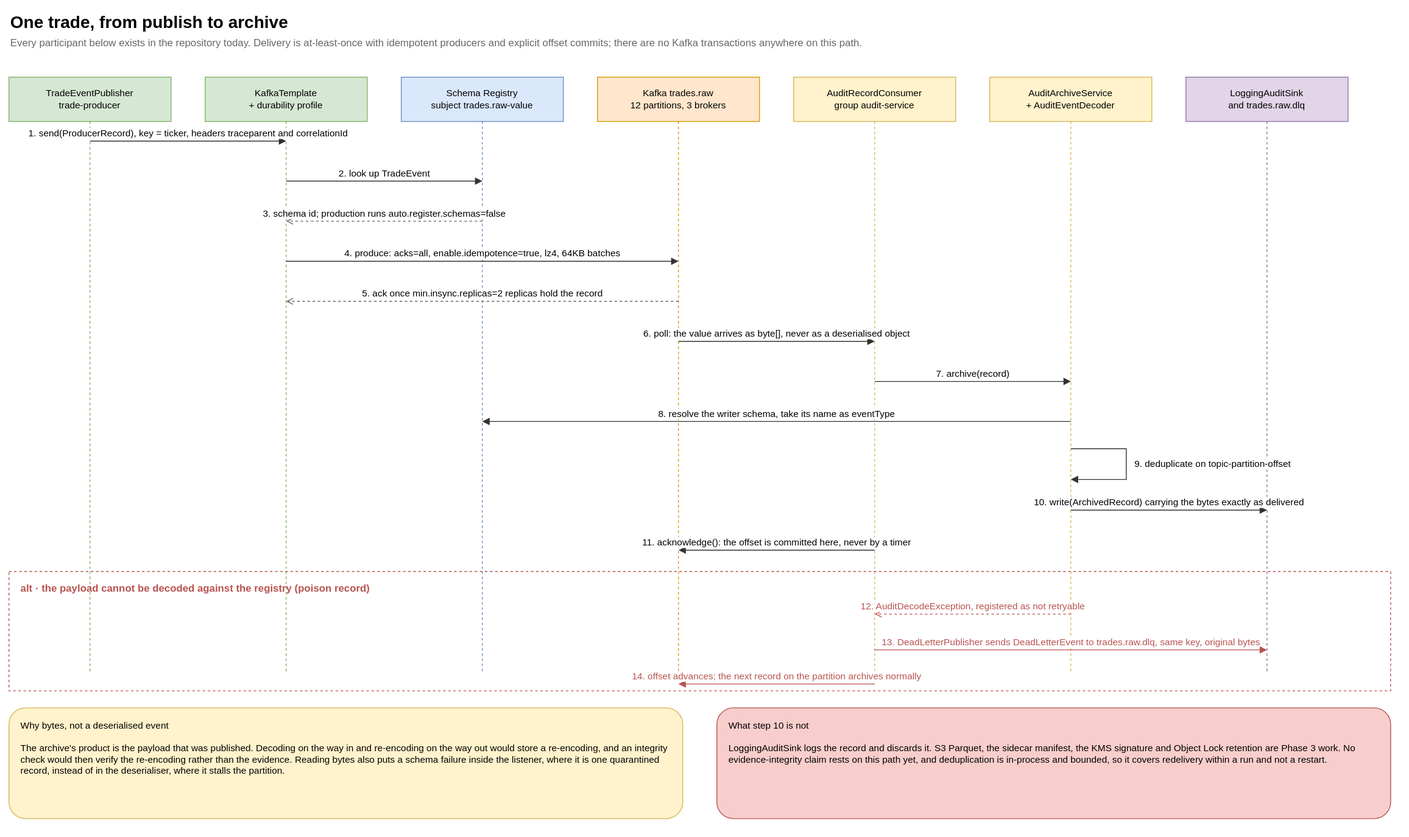
salgotraja/financial-event-streaming-platform keeps this draw.io diagram as guide/docs/diagrams/trade-to-archive.svg. Above is the earlier version. Source tidied: cells renumbered, new cells last; positions are measured from the earlier drawing's top-left corner, leaving out a move shared by most shapes.
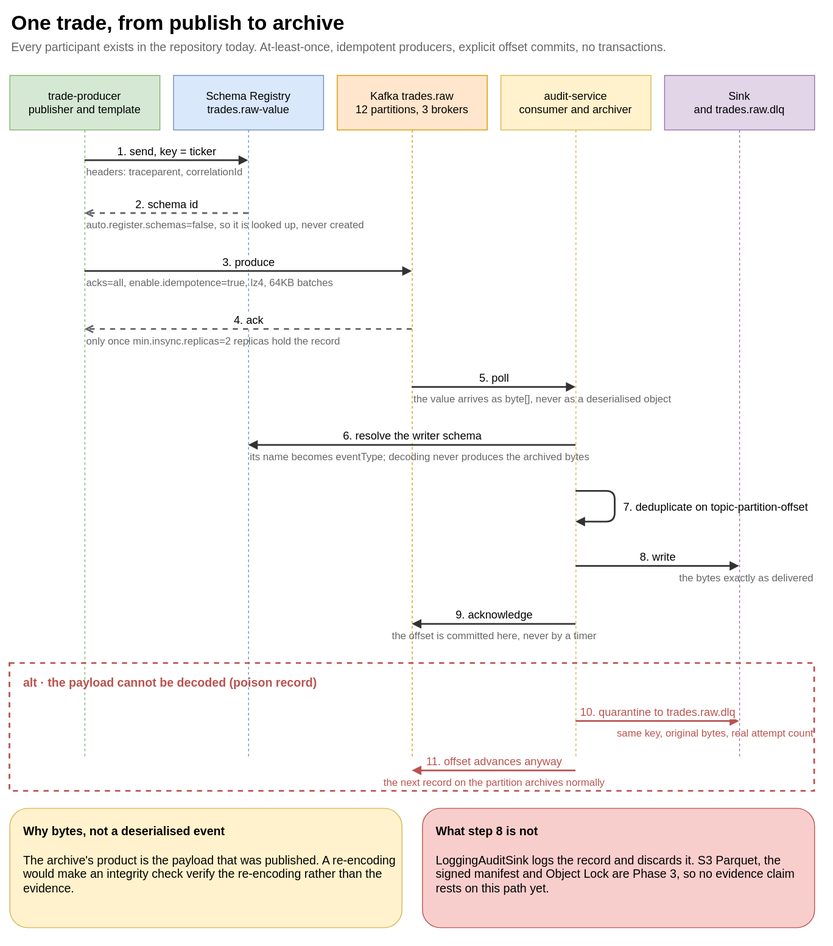
After the commit.

Change to the diagram source:
```diff
@@ -2,129 +2,135 @@
   <root>
     <mxCell id="0" />
     <mxCell id="1" parent="0" />
-    <mxCell id="2" value="One trade, from publish to archive" style="text;html=1;strokeColor=none;fillColor=none;align=left;verticalAlign=middle;fontSize=20;fontStyle=1;" parent="1" vertex="1">
-      <mxGeometry width="900" height="30" as="geometry" />
+    <mxCell id="2" value="One trade, from publish to archive" style="text;html=1;strokeColor=none;fillColor=none;align=left;verticalAlign=middle;fontSize=24;fontStyle=1;" parent="1" vertex="1">
+      <mxGeometry x="-10" y="2" width="900" height="34" as="geometry" />
     </mxCell>
-    <mxCell id="3" value="Every participant below exists in the repository today. Delivery is at-least-once with idempotent producers and explicit offset commits; there are no Kafka transactions anywhere on this path." style="text;html=1;strokeColor=none;fillColor=none;align=left;verticalAlign=middle;fontSize=12;fontColor=#666666;" parent="1" vertex="1">
-      <mxGeometry y="30" width="1400" height="20" as="geometry" />
+    <mxCell id="3" value="Every participant exists in the repository today. At-least-once, idempotent producers, explicit offset commits, no transactions." style="text;html=1;strokeColor=none;fillColor=none;align=left;verticalAlign=middle;fontSize=14;fontColor=#666666;" parent="1" vertex="1">
+      <mxGeometry x="-10" y="36" width="920" height="22" as="geometry" />
     </mxCell>
-    <mxCell id="4" value="TradeEventPublisher&#10;trade-producer" style="shape=umlLifeline;perimeter=lifelinePerimeter;whiteSpace=wrap;html=1;fillColor=#d5e8d4;strokeColor=#82b366;fontSize=11;size=52;" parent="1" vertex="1">
-      <mxGeometry y="80" width="190" height="700" as="geometry" />
+    <mxCell id="4" value="trade-producer&lt;br&gt;publisher and template" style="shape=umlLifeline;perimeter=lifelinePerimeter;whiteSpace=wrap;html=1;fillColor=#d5e8d4;strokeColor=#82b366;fontSize=13;size=64;" parent="1" vertex="1">
+      <mxGeometry x="-10" y="80" width="176" height="800" as="geometry" />
     </mxCell>
-    <mxCell id="5" value="KafkaTemplate&#10;+ durability profile" style="shape=umlLifeline;perimeter=lifelinePerimeter;whiteSpace=wrap;html=1;fillColor=#d5e8d4;strokeColor=#82b366;fontSize=11;size=52;" parent="1" vertex="1">
-      <mxGeometry x="230" y="80" width="190" height="700" as="geometry" />
+    <mxCell id="5" value="Schema Registry&lt;br&gt;trades.raw-value" style="shape=umlLifeline;perimeter=lifelinePerimeter;whiteSpace=wrap;html=1;fillColor=#dae8fc;strokeColor=#6c8ebf;fontSize=13;size=64;" parent="1" vertex="1">
+      <mxGeometry x="182" y="80" width="176" height="800" as="geometry" />
     </mxCell>
-    <mxCell id="6" value="Schema Registry&#10;subject trades.raw-value" style="shape=umlLifeline;perimeter=lifelinePerimeter;whiteSpace=wrap;html=1;fillColor=#dae8fc;strokeColor=#6c8ebf;fontSize=11;size=52;" parent="1" vertex="1">
-      <mxGeometry x="460" y="80" width="190" height="700" as="geometry" />
+    <mxCell id="6" value="Kafka trades.raw&lt;br&gt;12 partitions, 3 brokers" style="shape=umlLifeline;perimeter=lifelinePerimeter;whiteSpace=wrap;html=1;fillColor=#ffe6cc;strokeColor=#d79b00;fontSize=13;size=64;" parent="1" vertex="1">
+      <mxGeometry x="374" y="80" width="176" height="800" as="geometry" />
     </mxCell>
-    <mxCell id="7" value="Kafka trades.raw&#10;12 partitions, 3 brokers" style="shape=umlLifeline;perimeter=lifelinePerimeter;whiteSpace=wrap;html=1;fillColor=#ffe6cc;strokeColor=#d79b00;fontSize=11;size=52;" parent="1" vertex="1">
-      <mxGeometry x="690" y="80" width="190" height="700" as="geometry" />
+    <mxCell id="7" value="audit-service&lt;br&gt;consumer and archiver" style="shape=umlLifeline;perimeter=lifelinePerimeter;whiteSpace=wrap;html=1;fillColor=#fff2cc;strokeColor=#d6b656;fontSize=13;size=64;" parent="1" vertex="1">
+      <mxGeometry x="566" y="80" width="176" height="800" as="geometry" />
     </mxCell>
-    <mxCell id="8" value="AuditRecordConsumer&#10;group audit-service" style="shape=umlLifeline;perimeter=lifelinePerimeter;whiteSpace=wrap;html=1;fillColor=#fff2cc;strokeColor=#d6b656;fontSize=11;size=52;" parent="1" vertex="1">
-      <mxGeometry x="920" y="80" width="190" height="700" as="geometry" />
+    <mxCell id="8" value="Sink&lt;br&gt;and trades.raw.dlq" style="shape=umlLifeline;perimeter=lifelinePerimeter;whiteSpace=wrap;html=1;fillColor=#e1d5e7;strokeColor=#9673a6;fontSize=13;size=64;" parent="1" vertex="1">
+      <mxGeometry x="758" y="80" width="176" height="800" as="geometry" />
     </mxCell>
-    <mxCell id="9" value="AuditArchiveService&#10;+ AuditEventDecoder" style="shape=umlLifeline;perimeter=lifelinePerimeter;whiteSpace=wrap;html=1;fillColor=#fff2cc;strokeColor=#d6b656;fontSize=11;size=52;" parent="1" vertex="1">
-      <mxGeometry x="1150" y="80" width="190" height="700" as="geometry" />
-    </mxCell>
-    <mxCell id="10" value="LoggingAuditSink&#10;and trades.raw.dlq" style="shape=umlLifeline;perimeter=lifelinePerimeter;whiteSpace=wrap;html=1;fillColor=#e1d5e7;strokeColor=#9673a6;fontSize=11;size=52;" parent="1" vertex="1">
-      <mxGeometry x="1380" y="80" width="190" height="700" as="geometry" />
-    </mxCell>
-    <mxCell id="11" value="1. send(ProducerRecord), key = ticker, headers traceparent and correlationId" style="html=1;endArrow=block;strokeColor=#333333;fontSize=11;verticalAlign=bottom;align=center;" parent="1" edge="1">
+    <mxCell id="11" value="1. send, key = ticker" style="html=1;endArrow=block;strokeColor=#333333;strokeWidth=2;fontSize=13;verticalAlign=bottom;align=center;" parent="1" edge="1">
       <mxGeometry relative="1" as="geometry">
-        <mxPoint x="95" y="155" as="sourcePoint" />
-        <mxPoint x="325" y="155" as="targetPoint" />
+        <mxPoint x="78" y="180" as="sourcePoint" />
+        <mxPoint x="270" y="180" as="targetPoint" />
       </mxGeometry>
     </mxCell>
+    <mxCell id="28" value="headers: traceparent, correlationId" style="text;html=1;strokeColor=none;fillColor=none;align=left;verticalAlign=middle;fontSize=12;fontColor=#666666;" parent="1" vertex="1">
+      <mxGeometry x="78" y="184" width="290" height="20" as="geometry" />
+    </mxCell>
-    <mxCell id="12" value="2. look up TradeEvent" style="html=1;endArrow=block;strokeColor=#333333;fontSize=11;verticalAlign=bottom;align=center;" parent="1" edge="1">
+    <mxCell id="12" value="2. schema id" style="html=1;endArrow=open;dashed=1;strokeColor=#666666;strokeWidth=2;fontSize=13;verticalAlign=bottom;align=center;" parent="1" edge="1">
       <mxGeometry relative="1" as="geometry">
-        <mxPoint x="325" y="202" as="sourcePoint" />
-        <mxPoint x="555" y="202" as="targetPoint" />
+        <mxPoint x="270" y="242" as="sourcePoint" />
+        <mxPoint x="78" y="242" as="targetPoint" />
       </mxGeometry>
     </mxCell>
+    <mxCell id="29" value="auto.register.schemas=false, so it is looked up, never created" style="text;html=1;strokeColor=none;fillColor=none;align=left;verticalAlign=middle;fontSize=12;fontColor=#666666;" parent="1" vertex="1">
+      <mxGeometry x="78" y="246" width="440" height="20" as="geometry" />
+    </mxCell>
-    <mxCell id="13" value="3. schema id; production runs auto.register.schemas=false" style="html=1;endArrow=open;dashed=1;strokeColor=#666666;fontSize=11;verticalAlign=bottom;align=center;" parent="1" edge="1">
+    <mxCell id="13" value="3. produce" style="html=1;endArrow=block;strokeColor=#333333;strokeWidth=2;fontSize=13;verticalAlign=bottom;align=center;" parent="1" edge="1">
       <mxGeometry relative="1" as="geometry">
-        <mxPoint x="555" y="249" as="sourcePoint" />
-        <mxPoint x="325" y="249" as="targetPoint" />
+        <mxPoint x="78" y="310" as="sourcePoint" />
+        <mxPoint x="462" y="310" as="targetPoint" />
       </mxGeometry>
     </mxCell>
+    <mxCell id="30" value="acks=all, enable.idempotence=true, lz4, 64KB batches" style="text;html=1;strokeColor=none;fillColor=none;align=left;verticalAlign=middle;fontSize=12;fontColor=#666666;" parent="1" vertex="1">
+      <mxGeometry x="78" y="314" width="440" height="20" as="geometry" />
+    </mxCell>
-    <mxCell id="14" value="4. produce: acks=all, enable.idempotence=true, lz4, 64KB batches" style="html=1;endArrow=block;strokeColor=#333333;fontSize=11;verticalAlign=bottom;align=center;" parent="1" edge="1">
+    <mxCell id="14" value="4. ack" style="html=1;endArrow=open;dashed=1;strokeColor=#666666;strokeWidth=2;fontSize=13;verticalAlign=bottom;align=center;" parent="1" edge="1">
       <mxGeometry relative="1" as="geometry">
-        <mxPoint x="325" y="296" as="sourcePoint" />
-        <mxPoint x="785" y="296" as="targetPoint" />
+        <mxPoint x="462" y="378" as="sourcePoint" />
+        <mxPoint x="78" y="378" as="targetPoint" />
       </mxGeometry>
     </mxCell>
+    <mxCell id="31" value="only once min.insync.replicas=2 replicas hold the record" style="text;html=1;strokeColor=none;fillColor=none;align=left;verticalAlign=middle;fontSize=12;fontColor=#666666;" parent="1" vertex="1">
+      <mxGeometry x="78" y="382" width="440" height="20" as="geometry" />
+    </mxCell>
-    <mxCell id="15" value="5. ack once min.insync.replicas=2 replicas hold the record" style="html=1;endArrow=open;dashed=1;strokeColor=#666666;fontSize=11;verticalAlign=bottom;align=center;" parent="1" edge="1">
+    <mxCell id="15" value="5. poll" style="html=1;endArrow=block;strokeColor=#333333;strokeWidth=2;fontSize=13;verticalAlign=bottom;align=center;" parent="1" edge="1">
       <mxGeometry relative="1" as="geometry">
-        <mxPoint x="785" y="343" as="sourcePoint" />
-        <mxPoint x="325" y="343" as="targetPoint" />
+        <mxPoint x="462" y="446" as="sourcePoint" />
+        <mxPoint x="654" y="446" as="targetPoint" />
       </mxGeometry>
     </mxCell>
+    <mxCell id="32" value="the value arrives as byte[], never as a deserialised object" style="text;html=1;strokeColor=none;fillColor=none;align=left;verticalAlign=middle;fontSize=12;fontColor=#666666;" parent="1" vertex="1">
+      <mxGeometry x="462" y="450" width="460" height="20" as="geometry" />
+    </mxCell>
-    <mxCell id="16" value="6. poll: the value arrives as byte[], never as a deserialised object" style="html=1;endArrow=block;strokeColor=#333333;fontSize=11;verticalAlign=bottom;align=center;" parent="1" edge="1">
+    <mxCell id="16" value="6. resolve the writer schema" style="html=1;endArrow=block;strokeColor=#333333;strokeWidth=2;fontSize=13;verticalAlign=bottom;align=center;" parent="1" edge="1">
       <mxGeometry relative="1" as="geometry">
-        <mxPoint x="785" y="390" as="sourcePoint" />
-        <mxPoint x="1015" y="390" as="targetPoint" />
+        <mxPoint x="654" y="514" as="sourcePoint" />
+        <mxPoint x="270" y="514" as="targetPoint" />
       </mxGeometry>
     </mxCell>
+    <mxCell id="33" value="its name becomes eventType; decoding never produces the archived bytes" style="text;html=1;strokeColor=none;fillColor=none;align=left;verticalAlign=middle;fontSize=12;fontColor=#666666;" parent="1" vertex="1">
+      <mxGeometry x="270" y="518" width="500" height="20" as="geometry" />
+    </mxCell>
-    <mxCell id="17" value="7. archive(record)" style="html=1;endArrow=block;strokeColor=#333333;fontSize=11;verticalAlign=bottom;align=center;" parent="1" edge="1">
+    <mxCell id="17" value="7. deduplicate on topic-partition-offset" style="html=1;endArrow=block;strokeColor=#333333;strokeWidth=2;fontSize=13;verticalAlign=middle;align=left;spacingLeft=8;" parent="1" edge="1">
       <mxGeometry relative="1" as="geometry">
-        <mxPoint x="1015" y="437" as="sourcePoint" />
-        <mxPoint x="1245" y="437" as="targetPoint" />
+        <mxPoint x="654" y="568" as="sourcePoint" />
+        <mxPoint x="654" y="604" as="targetPoint" />
+        <Array as="points">
+          <mxPoint x="700" y="568" />
+          <mxPoint x="700" y="604" />
+        </Array>
       </mxGeometry>
     </mxCell>
-    <mxCell id="18" value="8. resolve the writer schema, take its name as eventType" style="html=1;endArrow=block;strokeColor=#333333;fontSize=11;verticalAlign=bottom;align=center;" parent="1" edge="1">
+    <mxCell id="18" value="8. write" style="html=1;endArrow=block;strokeColor=#333333;strokeWidth=2;fontSize=13;verticalAlign=bottom;align=center;" parent="1" edge="1">
       <mxGeometry relative="1" as="geometry">
-        <mxPoint x="1245" y="484" as="sourcePoint" />
-        <mxPoint x="555" y="484" as="targetPoint" />
+        <mxPoint x="654" y="656" as="sourcePoint" />
+        <mxPoint x="846" y="656" as="targetPoint" />
       </mxGeometry>
     </mxCell>
+    <mxCell id="34" value="the bytes exactly as delivered" style="text;html=1;strokeColor=none;fillColor=none;align=right;verticalAlign=middle;fontSize=12;fontColor=#666666;" parent="1" vertex="1">
+      <mxGeometry x="566" y="660" width="368" height="20" as="geometry" />
+    </mxCell>
-    <mxCell id="19" value="9. deduplicate on topic-partition-offset" style="html=1;endArrow=block;strokeColor=#333333;fontSize=11;verticalAlign=middle;align=left;spacingLeft=8;rounded=0;" parent="1" edge="1">
+    <mxCell id="19" value="9. acknowledge" style="html=1;endArrow=block;strokeColor=#333333;strokeWidth=2;fontSize=13;verticalAlign=bottom;align=center;" parent="1" edge="1">
       <mxGeometry relative="1" as="geometry">
-        <mxPoint x="1245" y="516" as="sourcePoint" />
-        <mxPoint x="1245" y="552" as="targetPoint" />
-        <Array as="points">
-          <mxPoint x="1310" y="516" />
-          <mxPoint x="1310" y="552" />
-        </Array>
+        <mxPoint x="654" y="724" as="sourcePoint" />
+        <mxPoint x="462" y="724" as="targetPoint" />
       </mxGeometry>
     </mxCell>
+    <mxCell id="35" value="the offset is committed here, never by a timer" style="text;html=1;strokeColor=none;fillColor=none;align=center;verticalAlign=middle;fontSize=12;fontColor=#666666;" parent="1" vertex="1">
+      <mxGeometry x="374" y="728" width="368" height="20" as="geometry" />
+    </mxCell>
+    <mxCell id="22" value="alt · the payload cannot be decoded (poison record)" style="rounded=0;whiteSpace=wrap;html=1;fillColor=none;strokeColor=#b85450;dashed=1;strokeWidth=2;verticalAlign=top;align=left;spacingLeft=14;spacingTop=8;fontSize=14;fontStyle=1;fontColor=#b85450;" parent="1" vertex="1">
+      <mxGeometry x="-10" y="770" width="944" height="150" as="geometry" />
+    </mxCell>
-    <mxCell id="20" value="10. write(ArchivedRecord) carrying the bytes exactly as delivered" style="html=1;endArrow=block;strokeColor=#333333;fontSize=11;verticalAlign=bottom;align=center;" parent="1" edge="1">
+    <mxCell id="20" value="10. quarantine to trades.raw.dlq" style="html=1;endArrow=block;strokeColor=#b85450;strokeWidth=2;fontSize=13;verticalAlign=bottom;align=center;fontColor=#b85450;" parent="1" edge="1">
       <mxGeometry relative="1" as="geometry">
-        <mxPoint x="1245" y="588" as="sourcePoint" />
-        <mxPoint x="1475" y="588" as="targetPoint" />
+        <mxPoint x="654" y="838" as="sourcePoint" />
+        <mxPoint x="846" y="838" as="targetPoint" />
       </mxGeometry>
     </mxCell>
+    <mxCell id="36" value="same key, original bytes, real attempt count" style="text;html=1;strokeColor=none;fillColor=none;align=right;verticalAlign=middle;fontSize=12;fontColor=#b85450;" parent="1" vertex="1">
+      <mxGeometry x="566" y="842" width="368" height="20" as="geometry" />
+    </mxCell>
-    <mxCell id="21" value="11. acknowledge(): the offset is committed here, never by a timer" style="html=1;endArrow=block;strokeColor=#333333;fontSize=11;verticalAlign=bottom;align=center;" parent="1" edge="1">
+    <mxCell id="21" value="11. offset advances anyway" style="html=1;endArrow=block;strokeColor=#b85450;strokeWidth=2;fontSize=13;verticalAlign=bottom;align=center;fontColor=#b85450;" parent="1" edge="1">
       <mxGeometry relative="1" as="geometry">
-        <mxPoint x="1015" y="635" as="sourcePoint" />
-        <mxPoint x="785" y="635" as="targetPoint" />
+        <mxPoint x="654" y="896" as="sourcePoint" />
+        <mxPoint x="462" y="896" as="targetPoint" />
       </mxGeometry>
     </mxCell>
-    <mxCell id="22" value="alt · the payload cannot be decoded against the registry (poison record)" style="rounded=0;whiteSpace=wrap;html=1;fillColor=none;strokeColor=#b85450;dashed=1;verticalAlign=top;align=left;spacingLeft=12;spacingTop=6;fontSize=12;fontStyle=1;fontColor=#b85450;" parent="1" vertex="1">
-      <mxGeometry y="660" width="1620" height="140" as="geometry" />
-    </mxCell>
-    <mxCell id="23" value="12. AuditDecodeException, registered as not retryable" style="html=1;endArrow=open;dashed=1;strokeColor=#b85450;fontSize=11;verticalAlign=bottom;align=center;fontColor=#b85450;" parent="1" edge="1">
-      <mxGeometry relative="1" as="geometry">
-        <mxPoint x="1245" y="710" as="sourcePoint" />
-        <mxPoint x="1015" y="710" as="targetPoint" />
-      </mxGeometry>
-    </mxCell>
-    <mxCell id="24" value="13. DeadLetterPublisher sends DeadLetterEvent to trades.raw.dlq, same key, original bytes" style="html=1;endArrow=block;strokeColor=#b85450;fontSize=11;verticalAlign=bottom;align=center;fontColor=#b85450;" parent="1" edge="1">
-      <mxGeometry relative="1" as="geometry">
-        <mxPoint x="1015" y="752" as="sourcePoint" />
-        <mxPoint x="1475" y="752" as="targetPoint" />
-      </mxGeometry>
-    </mxCell>
-    <mxCell id="25" value="14. offset advances; the next record on the partition archives normally" style="html=1;endArrow=block;strokeColor=#b85450;fontSize=11;verticalAlign=bottom;align=center;fontColor=#b85450;" parent="1" edge="1">
-      <mxGeometry relative="1" as="geometry">
-        <mxPoint x="1015" y="792" as="sourcePoint" />
-        <mxPoint x="785" y="792" as="targetPoint" />
-      </mxGeometry>
-    </mxCell>
+    <mxCell id="37" value="the next record on the partition archives normally" style="text;html=1;strokeColor=none;fillColor=none;align=center;verticalAlign=middle;fontSize=12;fontColor=#b85450;" parent="1" vertex="1">
+      <mxGeometry x="374" y="900" width="368" height="20" as="geometry" />
+    </mxCell>
-    <mxCell id="26" value="Why bytes, not a deserialised event&#10;&#10;The archive's product is the payload that was published. Decoding on the way in and re-encoding on the way out would store a re-encoding, and an integrity check would then verify the re-encoding rather than the evidence. Reading bytes also puts a schema failure inside the listener, where it is one quarantined record, instead of in the deserialiser, where it stalls the partition." style="rounded=1;whiteSpace=wrap;html=1;fillColor=#fff2cc;strokeColor=#d6b656;align=left;spacingLeft=12;verticalAlign=top;spacingTop=8;fontSize=11;" parent="1" vertex="1">
-      <mxGeometry y="820" width="790" height="130" as="geometry" />
+    <mxCell id="26" value="&lt;b&gt;Why bytes, not a deserialised event&lt;/b&gt;&lt;br&gt;&lt;br&gt;The archive's product is the payload that was published. A re-encoding would make an integrity check verify the re-encoding rather than the evidence." style="rounded=1;whiteSpace=wrap;html=1;fillColor=#fff2cc;strokeColor=#d6b656;align=left;spacingLeft=14;verticalAlign=top;spacingTop=12;fontSize=14;" parent="1" vertex="1">
+      <mxGeometry x="-10" y="940" width="460" height="140" as="geometry" />
     </mxCell>
-    <mxCell id="27" value="What step 10 is not&#10;&#10;LoggingAuditSink logs the record and discards it. S3 Parquet, the sidecar manifest, the KMS signature and Object Lock retention are Phase 3 work. No evidence-integrity claim rests on this path yet, and deduplication is in-process and bounded, so it covers redelivery within a run and not a restart." style="rounded=1;whiteSpace=wrap;html=1;fillColor=#f8cecc;strokeColor=#b85450;align=left;spacingLeft=12;verticalAlign=top;spacingTop=8;fontSize=11;" parent="1" vertex="1">
-      <mxGeometry x="830" y="820" width="790" height="130" as="geometry" />
+    <mxCell id="27" value="&lt;b&gt;What step 8 is not&lt;/b&gt;&lt;br&gt;&lt;br&gt;LoggingAuditSink logs the record and discards it. S3 Parquet, the signed manifest and Object Lock are Phase 3, so no evidence claim rests on this path yet." style="rounded=1;whiteSpace=wrap;html=1;fillColor=#f8cecc;strokeColor=#b85450;align=left;spacingLeft=14;verticalAlign=top;spacingTop=12;fontSize=14;" parent="1" vertex="1">
+      <mxGeometry x="474" y="940" width="460" height="140" as="geometry" />
     </mxCell>
   </root>
 </mxGraphModel>
```
